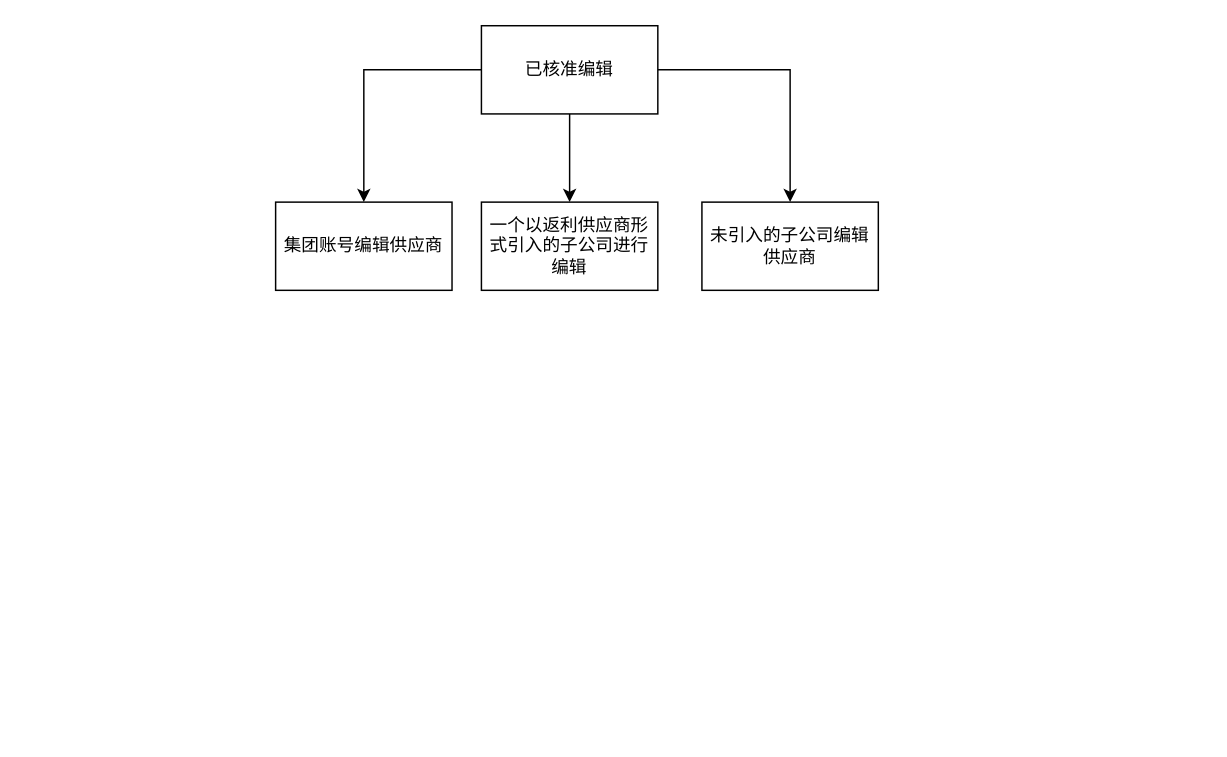
The draw.io diagram gitskills/返利供应商编辑.drawio in benbenbo/learngit, before the edit. Source tidied: cells renumbered, new cells numbered last; positions are measured from the earlier drawing's top-left corner, leaving out a move shared by most shapes. Both pictures are drawn from the tidied source at 147%, with x=0, y=0 at pixel (275, 25).
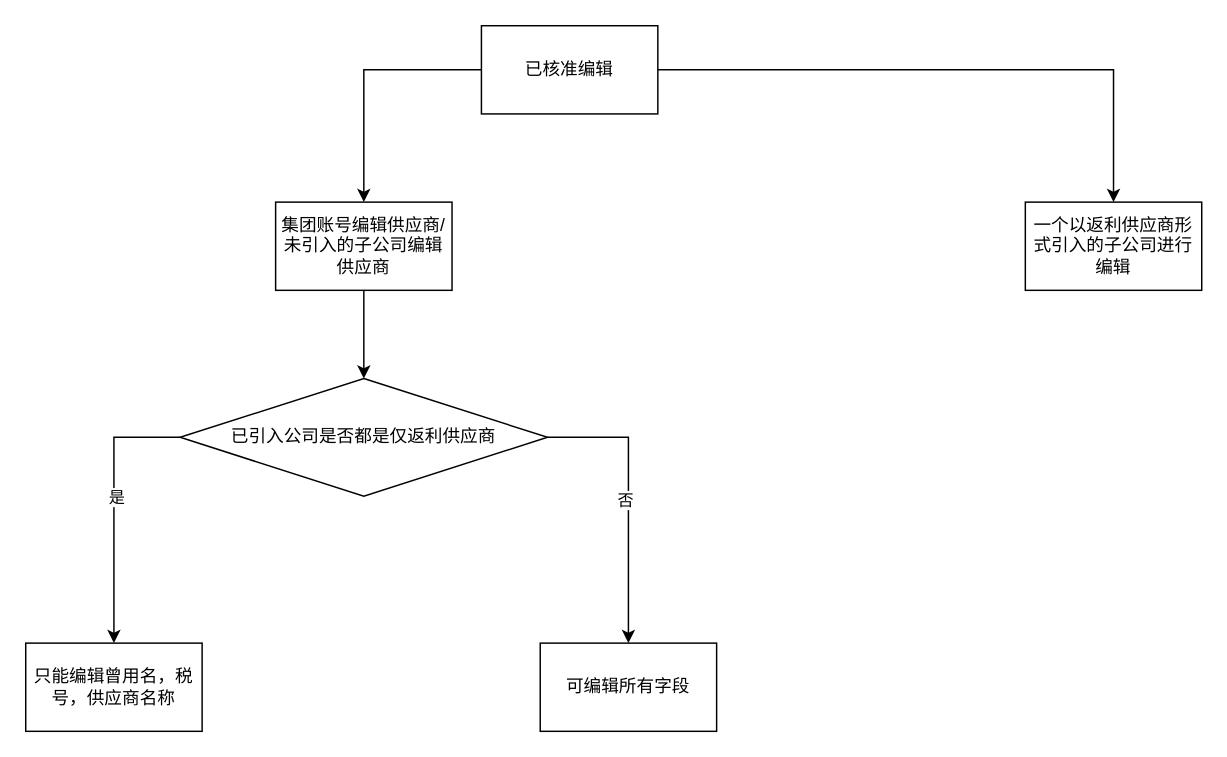
After the change.

Commit message (it also covers changes not shown here):
Update 返利供应商编辑.drawio

The edit, as a diff of the source:
```diff
@@
 <mxGraphModel>
   <root>
     <mxCell id="0" />
     <mxCell id="1" parent="0" />
     <mxCell id="2" style="edgeStyle=orthogonalEdgeStyle;rounded=0;jettySize=auto;html=1;entryX=0.5;entryY=0;entryDx=0;entryDy=0;" parent="1" edge="1" source="5" target="6">
       <mxGeometry relative="1" as="geometry" />
     </mxCell>
     <mxCell id="3" style="edgeStyle=orthogonalEdgeStyle;rounded=0;jettySize=auto;html=1;entryX=0.5;entryY=0;entryDx=0;entryDy=0;" parent="1" edge="1" source="5" target="7">
       <mxGeometry relative="1" as="geometry" />
     </mxCell>
-    <mxCell id="4" style="edgeStyle=orthogonalEdgeStyle;rounded=0;jettySize=auto;html=1;entryX=0.5;entryY=0;entryDx=0;entryDy=0;" parent="1" edge="1" source="5" target="8">
-      <mxGeometry relative="1" as="geometry" />
-    </mxCell>
     <mxCell id="5" value="已核准编辑" style="rounded=0;whiteSpace=wrap;html=1;" parent="1" vertex="1">
       <mxGeometry x="140" width="120" height="60" as="geometry" />
     </mxCell>
     <mxCell id="6" value="一个以返利供应商形式引入的子公司进行编辑" style="rounded=0;whiteSpace=wrap;html=1;" parent="1" vertex="1">
-      <mxGeometry x="140" y="120" width="120" height="60" as="geometry" />
+      <mxGeometry x="510" y="120" width="120" height="60" as="geometry" />
     </mxCell>
+    <mxCell id="9" style="edgeStyle=orthogonalEdgeStyle;rounded=0;jettySize=auto;html=1;entryX=0.5;entryY=0;entryDx=0;entryDy=0;" parent="1" edge="1" source="7" target="14">
+      <mxGeometry relative="1" as="geometry" />
+    </mxCell>
-    <mxCell id="7" value="集团账号编辑供应商" style="rounded=0;whiteSpace=wrap;html=1;" parent="1" vertex="1">
+    <mxCell id="7" value="集团账号编辑供应商/未引入的子公司编辑供应商" style="rounded=0;whiteSpace=wrap;html=1;" parent="1" vertex="1">
       <mxGeometry y="120" width="120" height="60" as="geometry" />
     </mxCell>
-    <mxCell id="8" value="未引入的子公司编辑供应商" style="rounded=0;whiteSpace=wrap;html=1;" parent="1" vertex="1">
-      <mxGeometry x="290" y="120" width="120" height="60" as="geometry" />
-    </mxCell>
+    <mxCell id="10" style="edgeStyle=orthogonalEdgeStyle;rounded=0;jettySize=auto;html=1;entryX=0.5;entryY=0;entryDx=0;entryDy=0;exitX=0;exitY=0.5;exitDx=0;exitDy=0;" parent="1" edge="1" source="14" target="15">
+      <mxGeometry relative="1" as="geometry" />
+    </mxCell>
+    <mxCell id="11" value="是" style="edgeLabel;html=1;align=center;verticalAlign=middle;" parent="10" vertex="1">
+      <mxGeometry x="-0.08" y="1" relative="1" as="geometry" />
+    </mxCell>
+    <mxCell id="12" style="edgeStyle=orthogonalEdgeStyle;rounded=0;jettySize=auto;html=1;entryX=0.5;entryY=0;entryDx=0;entryDy=0;exitX=1;exitY=0.5;exitDx=0;exitDy=0;" parent="1" edge="1" source="14" target="16">
+      <mxGeometry relative="1" as="geometry" />
+    </mxCell>
+    <mxCell id="13" value="否" style="edgeLabel;html=1;align=center;verticalAlign=middle;" parent="12" vertex="1">
+      <mxGeometry x="-0.01" y="-3" relative="1" as="geometry" />
+    </mxCell>
+    <mxCell id="14" value="已引入公司是否都是仅返利供应商" style="rhombus;whiteSpace=wrap;html=1;" parent="1" vertex="1">
+      <mxGeometry x="-65" y="240" width="250" height="80" as="geometry" />
+    </mxCell>
+    <mxCell id="15" value="只能编辑曾用名，税号，供应商名称" style="rounded=0;whiteSpace=wrap;html=1;" parent="1" vertex="1">
+      <mxGeometry x="-170" y="420" width="120" height="60" as="geometry" />
+    </mxCell>
+    <mxCell id="16" value="可编辑所有字段" style="rounded=0;whiteSpace=wrap;html=1;" parent="1" vertex="1">
+      <mxGeometry x="180" y="420" width="120" height="60" as="geometry" />
+    </mxCell>
   </root>
 </mxGraphModel>
```
